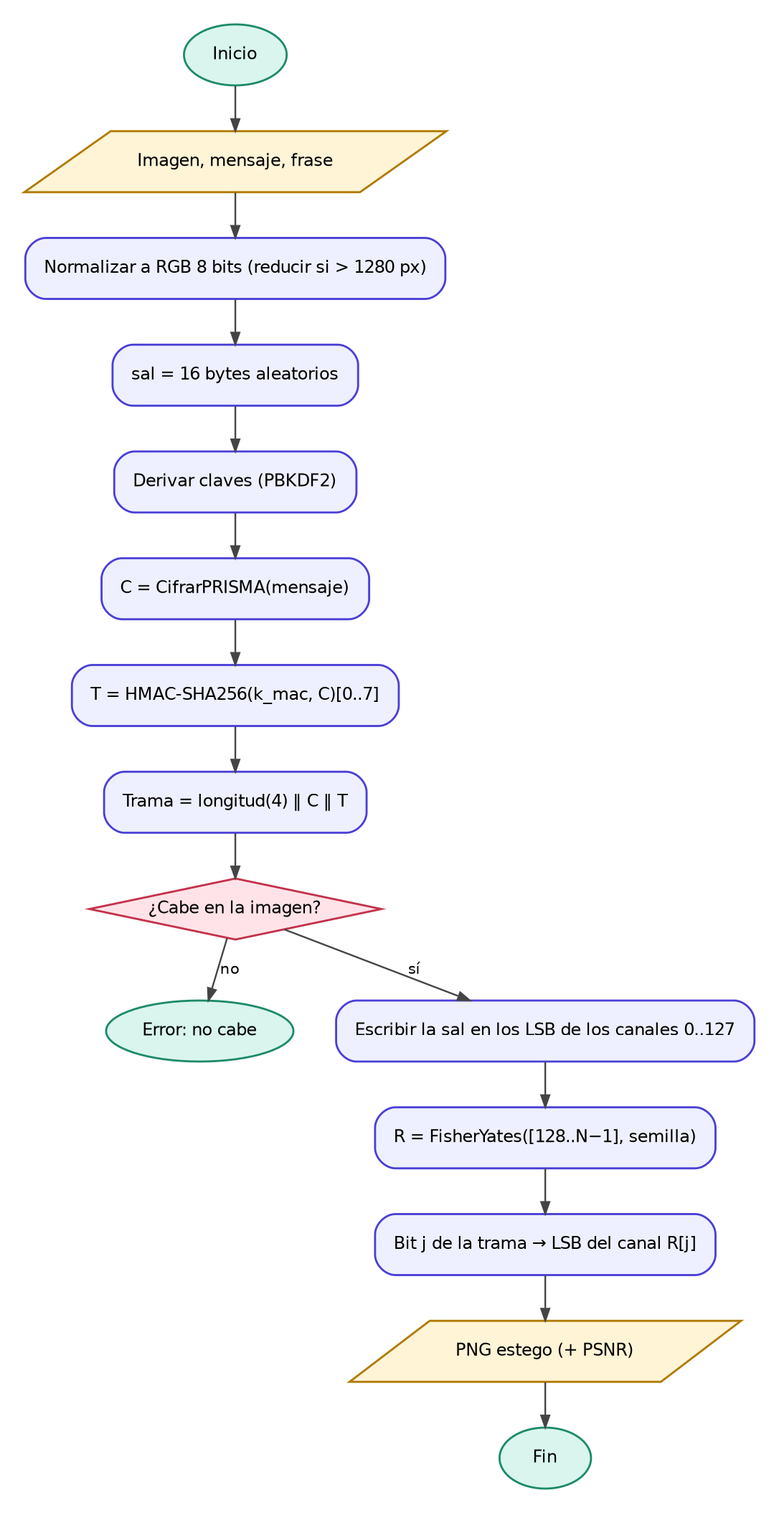
The Graphviz diagram Examen_Prisma/docs/diagramas/png/prisma_ocultar.png in yaelrdf/Virologia_Criptografia_UPIICSA, before a commit. Its source is kept beside it as Examen_Prisma/docs/diagramas/prisma_ocultar.dot. Source of this version:
```dot
digraph G { graph [fontname="DejaVu Sans", fontsize=11, nodesep=0.35, ranksep=0.35, pad=0.2, bgcolor="white"];
node [fontname="DejaVu Sans", fontsize=10, shape=box, style="rounded,filled", fillcolor="#eef0ff", color="#4b3fd6", penwidth=1.2, margin="0.15,0.07"];
edge [fontname="DejaVu Sans", fontsize=9, color="#444444", arrowsize=0.7];
  ini [label="Inicio", shape=oval, style=filled, fillcolor="#d9f5ee", color="#1d8a6a"]; fin [label="Fin", shape=oval, style=filled, fillcolor="#d9f5ee", color="#1d8a6a"];
  ent [label="Imagen, mensaje, frase", shape=parallelogram, style=filled, fillcolor="#fff4d6", color="#b07a00"]; rgb [label="Normalizar a RGB 8 bits (reducir si > 1280 px)"];
  sal [label="sal = 16 bytes aleatorios"]; der [label="Derivar claves (PBKDF2)"]; cif [label="C = CifrarPRISMA(mensaje)"];
  mac [label="T = HMAC-SHA256(k_mac, C)[0..7]"]; tr [label="Trama = longitud(4) ‖ C ‖ T"];
  q [label="¿Cabe en la imagen?", shape=diamond, style=filled, fillcolor="#ffe3e8", color="#c4314b", margin="0.05,0.03"]; err [label="Error: no cabe", shape=oval, style=filled, fillcolor="#d9f5ee", color="#1d8a6a"];
  s1 [label="Escribir la sal en los LSB de los canales 0..127"]; rec [label="R = FisherYates([128..N−1], semilla)"];
  s2 [label="Bit j de la trama → LSB del canal R[j]"]; png [label="PNG estego (+ PSNR)", shape=parallelogram, style=filled, fillcolor="#fff4d6", color="#b07a00"];
  ini -> ent -> rgb -> sal -> der -> cif -> mac -> tr -> q; q -> err [label="no"]; q -> s1 [label="sí"]; s1 -> rec -> s2 -> png -> fin;
}
```
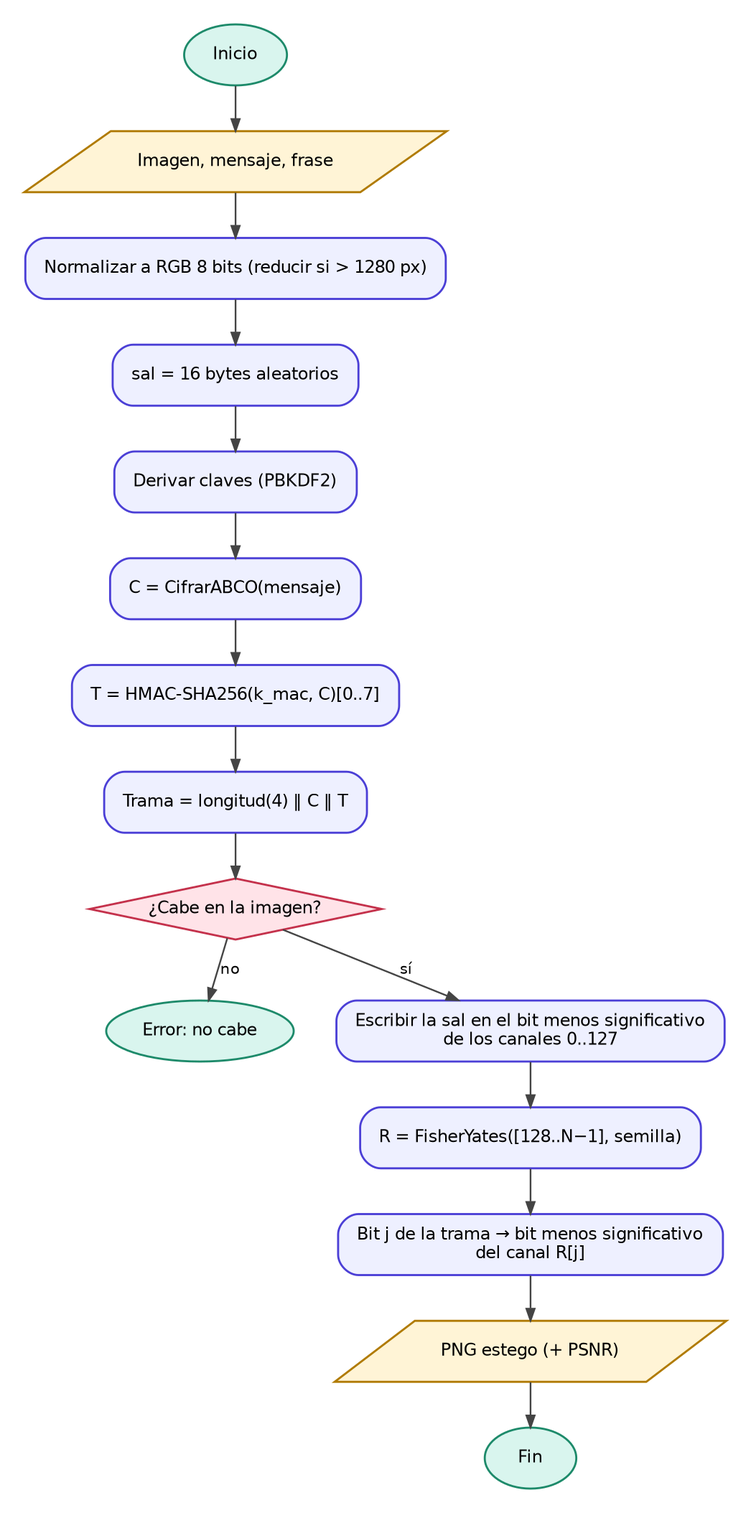
Above is the later version.

The edit, as a diff of the source:
```diff
@@ -3,10 +3,10 @@
 edge [fontname="DejaVu Sans", fontsize=9, color="#444444", arrowsize=0.7];
   ini [label="Inicio", shape=oval, style=filled, fillcolor="#d9f5ee", color="#1d8a6a"]; fin [label="Fin", shape=oval, style=filled, fillcolor="#d9f5ee", color="#1d8a6a"];
   ent [label="Imagen, mensaje, frase", shape=parallelogram, style=filled, fillcolor="#fff4d6", color="#b07a00"]; rgb [label="Normalizar a RGB 8 bits (reducir si > 1280 px)"];
-  sal [label="sal = 16 bytes aleatorios"]; der [label="Derivar claves (PBKDF2)"]; cif [label="C = CifrarPRISMA(mensaje)"];
+  sal [label="sal = 16 bytes aleatorios"]; der [label="Derivar claves (PBKDF2)"]; cif [label="C = CifrarABCO(mensaje)"];
   mac [label="T = HMAC-SHA256(k_mac, C)[0..7]"]; tr [label="Trama = longitud(4) ‖ C ‖ T"];
   q [label="¿Cabe en la imagen?", shape=diamond, style=filled, fillcolor="#ffe3e8", color="#c4314b", margin="0.05,0.03"]; err [label="Error: no cabe", shape=oval, style=filled, fillcolor="#d9f5ee", color="#1d8a6a"];
-  s1 [label="Escribir la sal en los LSB de los canales 0..127"]; rec [label="R = FisherYates([128..N−1], semilla)"];
-  s2 [label="Bit j de la trama → LSB del canal R[j]"]; png [label="PNG estego (+ PSNR)", shape=parallelogram, style=filled, fillcolor="#fff4d6", color="#b07a00"];
+  s1 [label="Escribir la sal en el bit menos significativo\nde los canales 0..127"]; rec [label="R = FisherYates([128..N−1], semilla)"];
+  s2 [label="Bit j de la trama → bit menos significativo\ndel canal R[j]"]; png [label="PNG estego (+ PSNR)", shape=parallelogram, style=filled, fillcolor="#fff4d6", color="#b07a00"];
   ini -> ent -> rgb -> sal -> der -> cif -> mac -> tr -> q; q -> err [label="no"]; q -> s1 [label="sí"]; s1 -> rec -> s2 -> png -> fin;
 }
```
